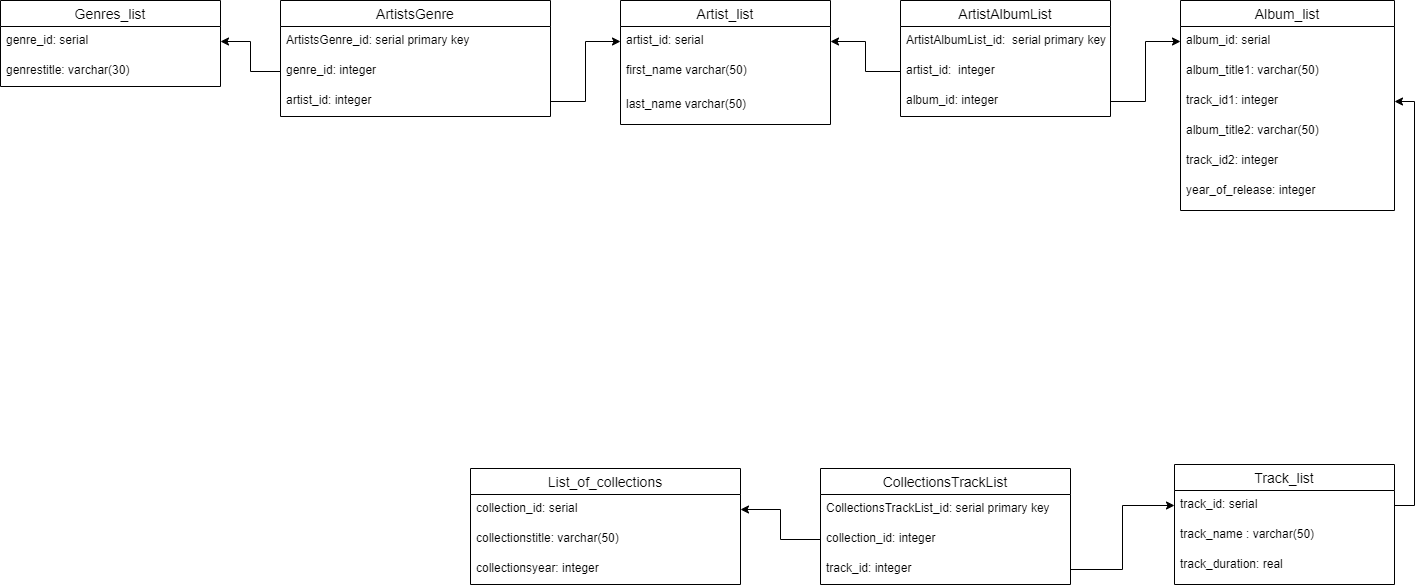
This is HW4table.drawio.png from InessaSh2021/Repository_hw, a draw.io export, as it was before one commit. Source tidied: cells renumbered, new cells last; positions are measured from the earlier drawing's top-left corner, leaving out a move shared by most shapes.
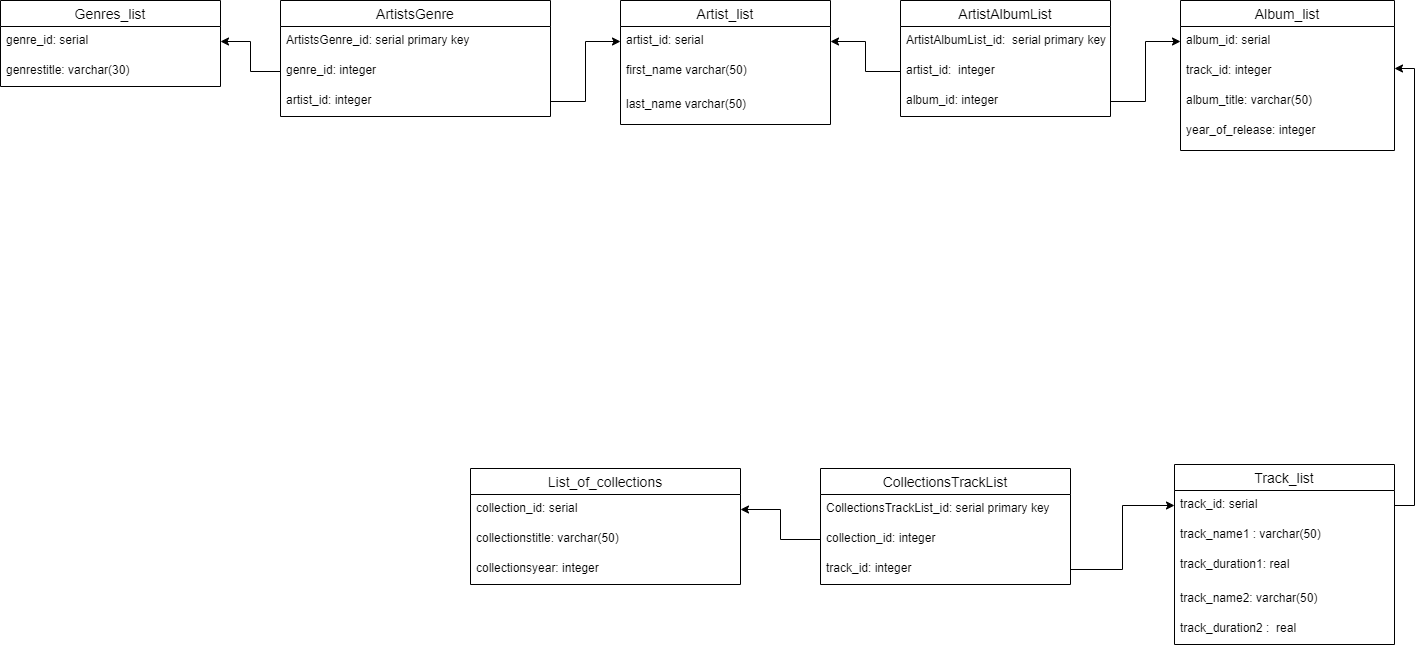
After the commit.

What changed in the source:
```diff
@@ -3,25 +3,19 @@
     <mxCell id="0" />
     <mxCell id="1" parent="0" />
     <mxCell id="2" value="Album_list" style="swimlane;fontStyle=0;horizontal=1;startSize=26;align=center;fontSize=14;" parent="1" vertex="1">
-      <mxGeometry x="1180" width="214" height="210" as="geometry" />
+      <mxGeometry x="1180" width="214" height="150" as="geometry" />
     </mxCell>
     <mxCell id="3" value="album_id: serial" style="text;strokeColor=none;fillColor=none;spacingLeft=4;spacingRight=4;overflow=hidden;points=[[0,0.5],[1,0.5]];portConstraint=eastwest;fontSize=12;" parent="2" vertex="1">
       <mxGeometry y="26" width="214" height="30" as="geometry" />
     </mxCell>
-    <mxCell id="4" value="album_title1: varchar(50)" style="text;strokeColor=none;fillColor=none;spacingLeft=4;spacingRight=4;overflow=hidden;fontSize=12;" parent="2" vertex="1">
-      <mxGeometry y="56" width="214" height="30" as="geometry" />
-    </mxCell>
-    <mxCell id="5" value="track_id1: integer" style="text;strokeColor=none;fillColor=none;spacingLeft=4;spacingRight=4;overflow=hidden;points=[[0,0.5],[1,0.5]];portConstraint=eastwest;fontSize=12;" parent="2" vertex="1">
-      <mxGeometry y="86" width="214" height="30" as="geometry" />
-    </mxCell>
+    <mxCell id="7" value="track_id: integer" style="text;strokeColor=none;fillColor=none;spacingLeft=4;spacingRight=4;overflow=hidden;fontSize=12;" parent="2" vertex="1">
+      <mxGeometry y="56" width="214" height="30" as="geometry" />
+    </mxCell>
-    <mxCell id="6" value="album_title2: varchar(50)" style="text;strokeColor=none;fillColor=none;spacingLeft=4;spacingRight=4;overflow=hidden;fontSize=12;" parent="2" vertex="1">
-      <mxGeometry y="116" width="214" height="30" as="geometry" />
+    <mxCell id="6" value="album_title: varchar(50)" style="text;strokeColor=none;fillColor=none;spacingLeft=4;spacingRight=4;overflow=hidden;fontSize=12;" parent="2" vertex="1">
+      <mxGeometry y="86" width="214" height="30" as="geometry" />
     </mxCell>
-    <mxCell id="7" value="track_id2: integer" style="text;strokeColor=none;fillColor=none;spacingLeft=4;spacingRight=4;overflow=hidden;fontSize=12;" parent="2" vertex="1">
-      <mxGeometry y="146" width="214" height="30" as="geometry" />
-    </mxCell>
     <mxCell id="8" value="year_of_release: integer&#10;&#10;" style="text;strokeColor=none;fillColor=none;spacingLeft=4;spacingRight=4;overflow=hidden;points=[[0,0.5],[1,0.5]];portConstraint=eastwest;fontSize=12;" parent="2" vertex="1">
-      <mxGeometry y="176" width="214" height="34" as="geometry" />
+      <mxGeometry y="116" width="214" height="34" as="geometry" />
     </mxCell>
     <mxCell id="9" style="edgeStyle=orthogonalEdgeStyle;rounded=0;orthogonalLoop=1;jettySize=auto;html=1;exitX=1;exitY=0.5;exitDx=0;exitDy=0;" parent="2" edge="1" source="8" target="8">
       <mxGeometry relative="1" as="geometry" />
@@ -48,12 +42,12 @@
       <mxGeometry y="56" width="220" height="30" as="geometry" />
     </mxCell>
     <mxCell id="17" value="Track_list" style="swimlane;fontStyle=0;horizontal=1;startSize=26;align=center;fontSize=14;" parent="1" vertex="1">
-      <mxGeometry x="1174" y="464" width="220" height="120" as="geometry" />
+      <mxGeometry x="1174" y="464" width="220" height="180" as="geometry" />
     </mxCell>
     <mxCell id="18" value="track_id: serial" style="text;strokeColor=none;fillColor=none;spacingLeft=4;spacingRight=4;overflow=hidden;points=[[0,0.5],[1,0.5]];portConstraint=eastwest;fontSize=12;" parent="17" vertex="1">
       <mxGeometry y="26" width="220" height="30" as="geometry" />
     </mxCell>
-    <mxCell id="19" value="track_name : varchar(50)" style="text;strokeColor=none;fillColor=none;spacingLeft=4;spacingRight=4;overflow=hidden;fontSize=12;" parent="17" vertex="1">
+    <mxCell id="19" value="track_name1 : varchar(50)" style="text;strokeColor=none;fillColor=none;spacingLeft=4;spacingRight=4;overflow=hidden;fontSize=12;" parent="17" vertex="1">
       <mxGeometry y="56" width="220" height="30" as="geometry" />
     </mxCell>
     <mxCell id="20" style="edgeStyle=orthogonalEdgeStyle;rounded=0;orthogonalLoop=1;jettySize=auto;html=1;exitX=1;exitY=0.5;exitDx=0;exitDy=0;" parent="17" edge="1" source="22" target="22">
@@ -62,9 +56,15 @@
     <mxCell id="21" style="edgeStyle=orthogonalEdgeStyle;rounded=0;orthogonalLoop=1;jettySize=auto;html=1;exitX=1;exitY=0.5;exitDx=0;exitDy=0;" parent="17" edge="1" source="22" target="22">
       <mxGeometry relative="1" as="geometry" />
     </mxCell>
-    <mxCell id="22" value="track_duration: real&#10;&#10;&#10;" style="text;strokeColor=none;fillColor=none;spacingLeft=4;spacingRight=4;overflow=hidden;points=[[0,0.5],[1,0.5]];portConstraint=eastwest;fontSize=12;" parent="17" vertex="1">
+    <mxCell id="22" value="track_duration1: real&#10;&#10;&#10;" style="text;strokeColor=none;fillColor=none;spacingLeft=4;spacingRight=4;overflow=hidden;points=[[0,0.5],[1,0.5]];portConstraint=eastwest;fontSize=12;" parent="17" vertex="1">
       <mxGeometry y="86" width="220" height="34" as="geometry" />
     </mxCell>
+    <mxCell id="46" value="track_name2: varchar(50)" style="text;strokeColor=none;fillColor=none;spacingLeft=4;spacingRight=4;overflow=hidden;fontSize=12;" parent="17" vertex="1">
+      <mxGeometry y="120" width="220" height="30" as="geometry" />
+    </mxCell>
+    <mxCell id="47" value="track_duration2 :  real" style="text;strokeColor=none;fillColor=none;spacingLeft=4;spacingRight=4;overflow=hidden;fontSize=12;" parent="17" vertex="1">
+      <mxGeometry y="150" width="220" height="30" as="geometry" />
+    </mxCell>
     <mxCell id="23" value="List_of_collections" style="swimlane;fontStyle=0;horizontal=1;startSize=26;align=center;fontSize=14;" parent="1" vertex="1">
       <mxGeometry x="470" y="468" width="270" height="116" as="geometry" />
     </mxCell>
@@ -131,8 +131,15 @@
     <mxCell id="44" style="edgeStyle=orthogonalEdgeStyle;rounded=0;jettySize=auto;html=1;exitX=0;exitY=0.5;exitDx=0;exitDy=0;" parent="1" edge="1" source="41" target="24">
       <mxGeometry relative="1" as="geometry" />
     </mxCell>
-    <mxCell id="45" style="edgeStyle=orthogonalEdgeStyle;rounded=0;jettySize=auto;html=1;exitX=1;exitY=0.5;exitDx=0;exitDy=0;entryX=1;entryY=0.5;entryDx=0;entryDy=0;" parent="1" edge="1" source="18" target="5">
-      <mxGeometry relative="1" as="geometry" />
+    <mxCell id="45" style="edgeStyle=orthogonalEdgeStyle;rounded=0;jettySize=auto;html=1;exitX=1;exitY=0.5;exitDx=0;exitDy=0;" parent="1" edge="1" source="18">
+      <mxGeometry relative="1" as="geometry">
+        <mxPoint x="1394" y="68" as="targetPoint" />
+        <Array as="points">
+          <mxPoint x="1414" y="505" />
+          <mxPoint x="1414" y="68" />
+          <mxPoint x="1394" y="68" />
+        </Array>
+      </mxGeometry>
     </mxCell>
   </root>
 </mxGraphModel>
```
